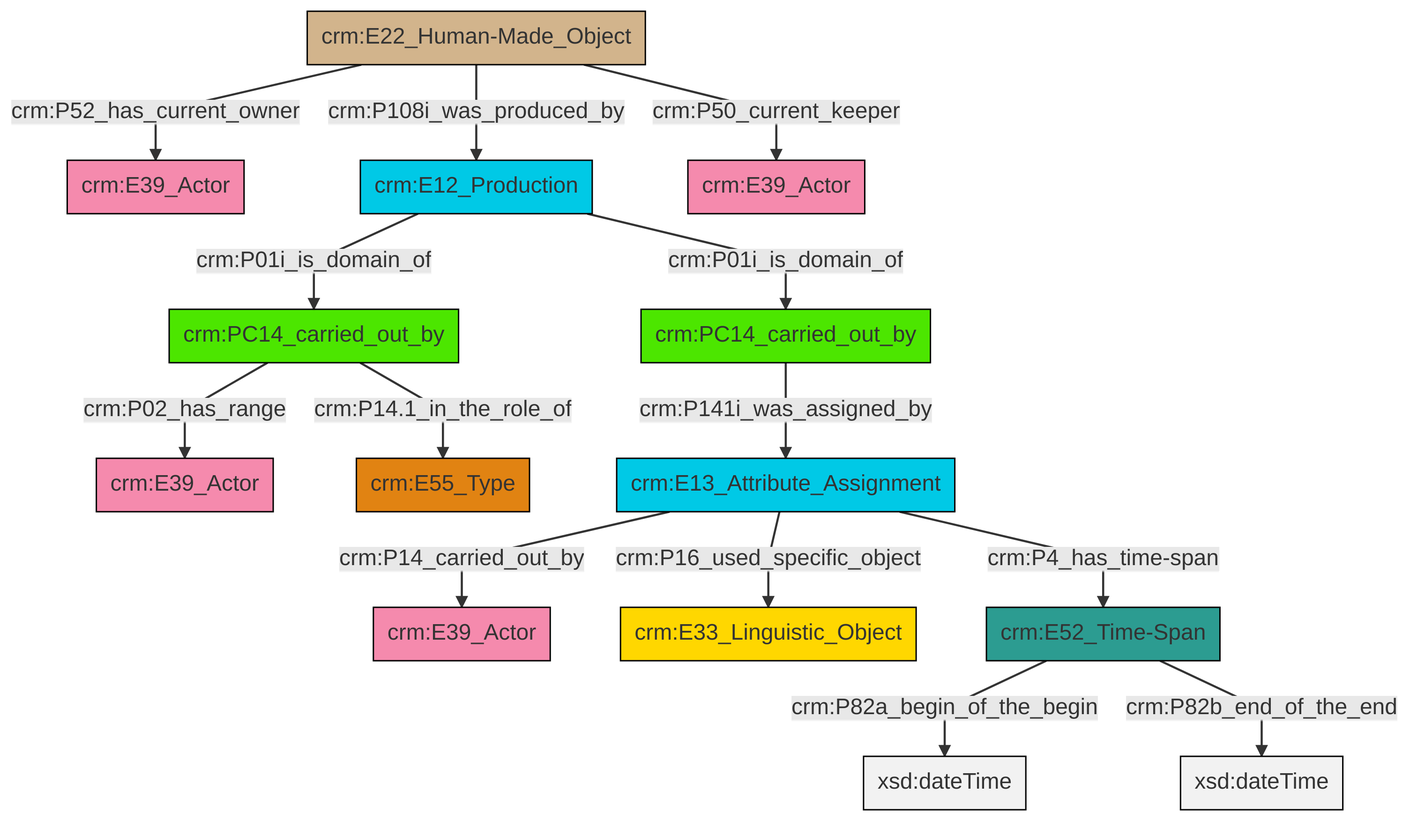
Earlier version of the Mermaid export et/carrierCSV/ttl/mmd/png/carrier_relations.png (swiss-art-research-net/docs.swissartresearch). Its source is kept beside it as et/carrierCSV/ttl/mmd/carrier_relations.ttl.mmd.
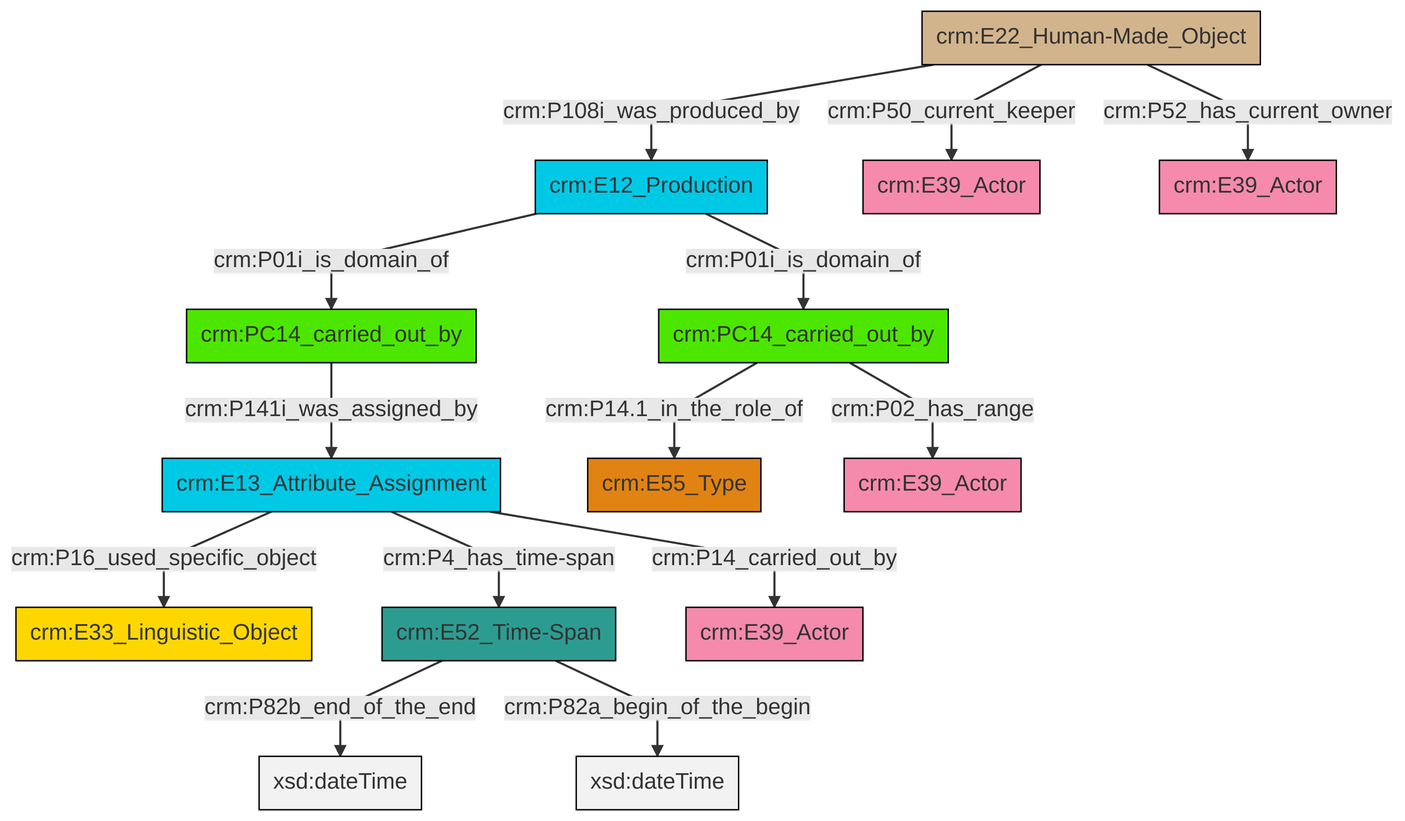
The same file after the commit.

Diff of the diagram source:
```diff
@@ -13,16 +13,16 @@
 classDef PC_Classes fill:#4ce600, stroke:#000000;
 classDef Multi fill:#cccccc,stroke:#000000;
 
-6["crm:E22_Human-Made_Object"]:::Physical_Thing -->|crm:P52_has_current_owner| 4["crm:E39_Actor"]:::Actor
-6["crm:E22_Human-Made_Object"]:::Physical_Thing -->|crm:P108i_was_produced_by| 7["crm:E12_Production"]:::Temporal_Entity
-6["crm:E22_Human-Made_Object"]:::Physical_Thing -->|crm:P50_current_keeper| 15["crm:E39_Actor"]:::Actor
-13["crm:E52_Time-Span"]:::Time-Span -->|crm:P82a_begin_of_the_begin| 16[xsd:dateTime]:::Literal
-0["crm:PC14_carried_out_by"]:::PC_Classes -->|crm:P02_has_range| 2["crm:E39_Actor"]:::Actor
-7["crm:E12_Production"]:::Temporal_Entity -->|crm:P01i_is_domain_of| 0["crm:PC14_carried_out_by"]:::PC_Classes
-9["crm:E13_Attribute_Assignment"]:::Temporal_Entity -->|crm:P14_carried_out_by| 11["crm:E39_Actor"]:::Actor
-9["crm:E13_Attribute_Assignment"]:::Temporal_Entity -->|crm:P16_used_specific_object| 17["crm:E33_Linguistic_Object"]:::Conceptual_Object
-7["crm:E12_Production"]:::Temporal_Entity -->|crm:P01i_is_domain_of| 18["crm:PC14_carried_out_by"]:::PC_Classes
-18["crm:PC14_carried_out_by"]:::PC_Classes -->|crm:P141i_was_assigned_by| 9["crm:E13_Attribute_Assignment"]:::Temporal_Entity
-0["crm:PC14_carried_out_by"]:::PC_Classes -->|crm:P14.1_in_the_role_of| 20["crm:E55_Type"]:::Type
-13["crm:E52_Time-Span"]:::Time-Span -->|crm:P82b_end_of_the_end| 24[xsd:dateTime]:::Literal
-9["crm:E13_Attribute_Assignment"]:::Temporal_Entity -->|crm:P4_has_time-span| 13["crm:E52_Time-Span"]:::Time-Span
+0["crm:PC14_carried_out_by"]:::PC_Classes -->|crm:P14.1_in_the_role_of| 1["crm:E55_Type"]:::Type
+6["crm:E52_Time-Span"]:::Time-Span -->|crm:P82b_end_of_the_end| 7[xsd:dateTime]:::Literal
+8["crm:E22_Human-Made_Object"]:::Physical_Thing -->|crm:P108i_was_produced_by| 4["crm:E12_Production"]:::Temporal_Entity
+2["crm:PC14_carried_out_by"]:::PC_Classes -->|crm:P141i_was_assigned_by| 9["crm:E13_Attribute_Assignment"]:::Temporal_Entity
+4["crm:E12_Production"]:::Temporal_Entity -->|crm:P01i_is_domain_of| 2["crm:PC14_carried_out_by"]:::PC_Classes
+8["crm:E22_Human-Made_Object"]:::Physical_Thing -->|crm:P50_current_keeper| 12["crm:E39_Actor"]:::Actor
+9["crm:E13_Attribute_Assignment"]:::Temporal_Entity -->|crm:P16_used_specific_object| 13["crm:E33_Linguistic_Object"]:::Conceptual_Object
+0["crm:PC14_carried_out_by"]:::PC_Classes -->|crm:P02_has_range| 16["crm:E39_Actor"]:::Actor
+9["crm:E13_Attribute_Assignment"]:::Temporal_Entity -->|crm:P4_has_time-span| 6["crm:E52_Time-Span"]:::Time-Span
+8["crm:E22_Human-Made_Object"]:::Physical_Thing -->|crm:P52_has_current_owner| 19["crm:E39_Actor"]:::Actor
+4["crm:E12_Production"]:::Temporal_Entity -->|crm:P01i_is_domain_of| 0["crm:PC14_carried_out_by"]:::PC_Classes
+6["crm:E52_Time-Span"]:::Time-Span -->|crm:P82a_begin_of_the_begin| 22[xsd:dateTime]:::Literal
+9["crm:E13_Attribute_Assignment"]:::Temporal_Entity -->|crm:P14_carried_out_by| 17["crm:E39_Actor"]:::Actor
```
